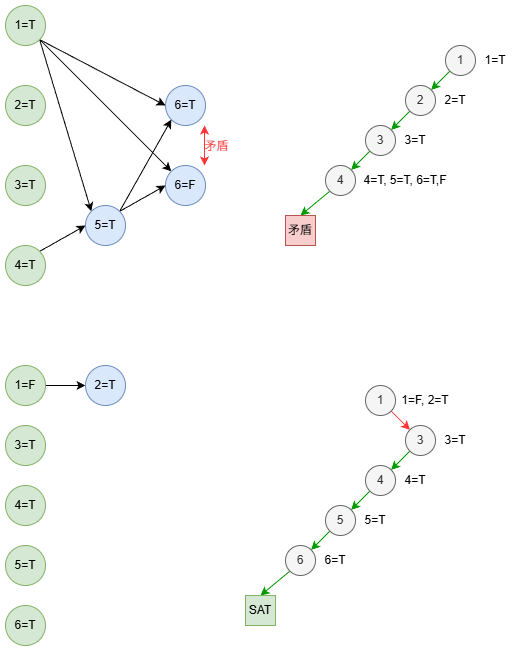
This is SA-assignment12-1.drawio.png from ShiningCrevice/drawio-hosting, a draw.io export, as it was before one commit. Source tidied: cells renumbered, new cells last; positions are measured from the earlier drawing's top-left corner, leaving out a move shared by most shapes.
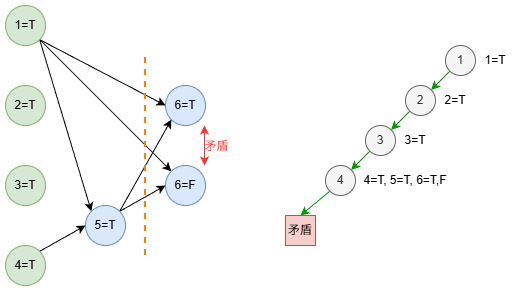
The same file after the commit.

Diff of the diagram source:
```diff
@@ -91,74 +91,11 @@
     <mxCell id="29" value="4=T, 5=T, 6=T,F" style="text;html=1;whiteSpace=wrap;strokeColor=none;fillColor=none;align=center;verticalAlign=middle;rounded=0;fontFamily=Helvetica;fontSize=12;fontColor=default;labelBackgroundColor=default;" parent="1" vertex="1">
       <mxGeometry x="340" y="160" width="120" height="30" as="geometry" />
     </mxCell>
-    <mxCell id="30" style="edgeStyle=none;shape=connector;rounded=0;jettySize=auto;html=1;exitX=1;exitY=0.5;exitDx=0;exitDy=0;entryX=0;entryY=0.5;entryDx=0;entryDy=0;strokeColor=default;align=center;verticalAlign=middle;fontFamily=Helvetica;fontSize=12;fontColor=default;labelBackgroundColor=default;endArrow=classic;" parent="1" edge="1" source="31" target="33">
-      <mxGeometry relative="1" as="geometry" />
-    </mxCell>
-    <mxCell id="31" value="1=F" style="ellipse;whiteSpace=wrap;html=1;fillColor=#d5e8d4;strokeColor=#82b366;" parent="1" vertex="1">
-      <mxGeometry y="360" width="40" height="40" as="geometry" />
-    </mxCell>
-    <mxCell id="32" value="3=T" style="ellipse;whiteSpace=wrap;html=1;fillColor=#d5e8d4;strokeColor=#82b366;" parent="1" vertex="1">
-      <mxGeometry y="420" width="40" height="40" as="geometry" />
-    </mxCell>
-    <mxCell id="33" value="2=T" style="ellipse;whiteSpace=wrap;html=1;fillColor=#dae8fc;strokeColor=#6c8ebf;align=center;verticalAlign=middle;fontFamily=Helvetica;fontSize=12;fontColor=default;" parent="1" vertex="1">
-      <mxGeometry x="80" y="360" width="40" height="40" as="geometry" />
-    </mxCell>
-    <mxCell id="34" value="4=T" style="ellipse;whiteSpace=wrap;html=1;fillColor=#d5e8d4;strokeColor=#82b366;" parent="1" vertex="1">
-      <mxGeometry y="480" width="40" height="40" as="geometry" />
-    </mxCell>
-    <mxCell id="35" value="5=T" style="ellipse;whiteSpace=wrap;html=1;fillColor=#d5e8d4;strokeColor=#82b366;" parent="1" vertex="1">
-      <mxGeometry y="540" width="40" height="40" as="geometry" />
-    </mxCell>
-    <mxCell id="36" value="6=T" style="ellipse;whiteSpace=wrap;html=1;fillColor=#d5e8d4;strokeColor=#82b366;" parent="1" vertex="1">
-      <mxGeometry y="600" width="40" height="40" as="geometry" />
-    </mxCell>
-    <mxCell id="37" style="edgeStyle=none;shape=connector;rounded=0;jettySize=auto;html=1;exitX=1;exitY=1;exitDx=0;exitDy=0;entryX=0;entryY=0;entryDx=0;entryDy=0;strokeColor=#FF3333;align=center;verticalAlign=middle;fontFamily=Helvetica;fontSize=12;fontColor=default;labelBackgroundColor=default;endArrow=classic;" parent="1" edge="1" source="38" target="40">
-      <mxGeometry relative="1" as="geometry" />
-    </mxCell>
-    <mxCell id="38" value="1" style="ellipse;whiteSpace=wrap;html=1;fillColor=#f5f5f5;fontColor=#333333;strokeColor=#666666;" parent="1" vertex="1">
-      <mxGeometry x="360" y="380" width="30" height="30" as="geometry" />
-    </mxCell>
-    <mxCell id="39" style="edgeStyle=none;shape=connector;rounded=0;jettySize=auto;html=1;exitX=0;exitY=1;exitDx=0;exitDy=0;entryX=1;entryY=0;entryDx=0;entryDy=0;strokeColor=#009900;align=center;verticalAlign=middle;fontFamily=Helvetica;fontSize=12;fontColor=default;labelBackgroundColor=default;endArrow=classic;" parent="1" edge="1" source="40" target="42">
-      <mxGeometry relative="1" as="geometry" />
-    </mxCell>
-    <mxCell id="40" value="3" style="ellipse;whiteSpace=wrap;html=1;fillColor=#f5f5f5;strokeColor=#666666;fontColor=#333333;" parent="1" vertex="1">
-      <mxGeometry x="400" y="420" width="30" height="30" as="geometry" />
-    </mxCell>
-    <mxCell id="41" style="edgeStyle=none;shape=connector;rounded=0;jettySize=auto;html=1;exitX=0;exitY=1;exitDx=0;exitDy=0;entryX=1;entryY=0;entryDx=0;entryDy=0;strokeColor=#009900;align=center;verticalAlign=middle;fontFamily=Helvetica;fontSize=12;fontColor=default;labelBackgroundColor=default;endArrow=classic;" parent="1" edge="1" source="42" target="44">
-      <mxGeometry relative="1" as="geometry" />
-    </mxCell>
-    <mxCell id="42" value="4" style="ellipse;whiteSpace=wrap;html=1;fillColor=#f5f5f5;strokeColor=#666666;fontColor=#333333;" parent="1" vertex="1">
-      <mxGeometry x="360" y="460" width="30" height="30" as="geometry" />
-    </mxCell>
-    <mxCell id="43" style="edgeStyle=none;shape=connector;rounded=0;jettySize=auto;html=1;exitX=0;exitY=1;exitDx=0;exitDy=0;entryX=1;entryY=0;entryDx=0;entryDy=0;strokeColor=#009900;align=center;verticalAlign=middle;fontFamily=Helvetica;fontSize=12;fontColor=default;labelBackgroundColor=default;endArrow=classic;" parent="1" edge="1" source="44" target="50">
-      <mxGeometry relative="1" as="geometry" />
-    </mxCell>
-    <mxCell id="44" value="5" style="ellipse;whiteSpace=wrap;html=1;fillColor=#f5f5f5;strokeColor=#666666;fontColor=#333333;" parent="1" vertex="1">
-      <mxGeometry x="320" y="500" width="30" height="30" as="geometry" />
-    </mxCell>
-    <mxCell id="45" value="1=F, 2=T" style="text;html=1;whiteSpace=wrap;strokeColor=none;fillColor=none;align=center;verticalAlign=middle;rounded=0;fontFamily=Helvetica;fontSize=12;fontColor=default;labelBackgroundColor=default;" parent="1" vertex="1">
-      <mxGeometry x="390" y="380" width="60" height="30" as="geometry" />
-    </mxCell>
-    <mxCell id="46" value="3=T" style="text;html=1;whiteSpace=wrap;strokeColor=none;fillColor=none;align=center;verticalAlign=middle;rounded=0;fontFamily=Helvetica;fontSize=12;fontColor=default;labelBackgroundColor=default;" parent="1" vertex="1">
-      <mxGeometry x="420" y="420" width="60" height="30" as="geometry" />
-    </mxCell>
-    <mxCell id="47" value="4=T" style="text;html=1;whiteSpace=wrap;strokeColor=none;fillColor=none;align=center;verticalAlign=middle;rounded=0;fontFamily=Helvetica;fontSize=12;fontColor=default;labelBackgroundColor=default;" parent="1" vertex="1">
-      <mxGeometry x="380" y="460" width="60" height="30" as="geometry" />
-    </mxCell>
-    <mxCell id="48" value="5=T" style="text;html=1;whiteSpace=wrap;strokeColor=none;fillColor=none;align=center;verticalAlign=middle;rounded=0;fontFamily=Helvetica;fontSize=12;fontColor=default;labelBackgroundColor=default;" parent="1" vertex="1">
-      <mxGeometry x="340" y="500" width="60" height="30" as="geometry" />
-    </mxCell>
-    <mxCell id="49" style="edgeStyle=none;shape=connector;rounded=0;jettySize=auto;html=1;exitX=0;exitY=1;exitDx=0;exitDy=0;entryX=0.5;entryY=0;entryDx=0;entryDy=0;strokeColor=#009900;align=center;verticalAlign=middle;fontFamily=Helvetica;fontSize=12;fontColor=default;labelBackgroundColor=default;endArrow=classic;" parent="1" edge="1" source="50" target="52">
-      <mxGeometry relative="1" as="geometry" />
-    </mxCell>
-    <mxCell id="50" value="6" style="ellipse;whiteSpace=wrap;html=1;fillColor=#f5f5f5;strokeColor=#666666;fontColor=#333333;" parent="1" vertex="1">
-      <mxGeometry x="280" y="540" width="30" height="30" as="geometry" />
-    </mxCell>
-    <mxCell id="51" value="6=T" style="text;html=1;whiteSpace=wrap;strokeColor=none;fillColor=none;align=center;verticalAlign=middle;rounded=0;fontFamily=Helvetica;fontSize=12;fontColor=default;labelBackgroundColor=default;" parent="1" vertex="1">
-      <mxGeometry x="300" y="540" width="60" height="30" as="geometry" />
-    </mxCell>
-    <mxCell id="52" value="SAT" style="whiteSpace=wrap;html=1;strokeColor=#82b366;align=center;verticalAlign=middle;fontFamily=Helvetica;fontSize=12;labelBackgroundColor=none;fillColor=#d5e8d4;" parent="1" vertex="1">
-      <mxGeometry x="240" y="590" width="30" height="30" as="geometry" />
-    </mxCell>
+    <mxCell id="53" style="endArrow=none;dashed=1;html=1;rounded=0;strokeColor=#FF8000;align=center;verticalAlign=middle;fontFamily=Helvetica;fontSize=12;fontColor=default;labelBackgroundColor=default;strokeWidth=2;" parent="1" edge="1">
+      <mxGeometry relative="1" as="geometry">
+        <mxPoint x="140" y="250" as="sourcePoint" />
+        <mxPoint x="140" y="50" as="targetPoint" />
+      </mxGeometry>
+    </mxCell>
   </root>
 </mxGraphModel>
```
